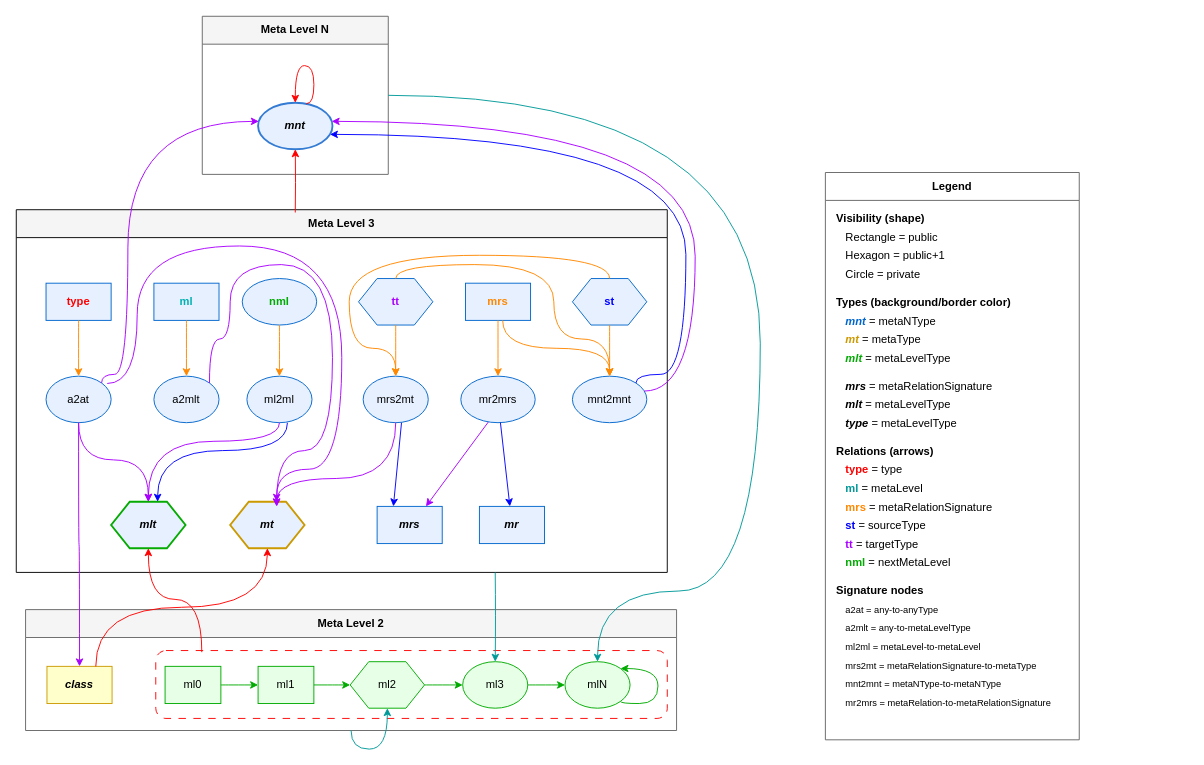
Before: complete-graph-styled.drawio in kneissler/trigraph-layer0-metametameta, a draw.io diagram. Source tidied: cells renumbered, new cells numbered last; positions are measured from the earlier drawing's top-left corner, leaving out a move shared by most shapes. Both pictures are drawn from the tidied source at 93%, with x=0, y=0 at pixel (16, 16).
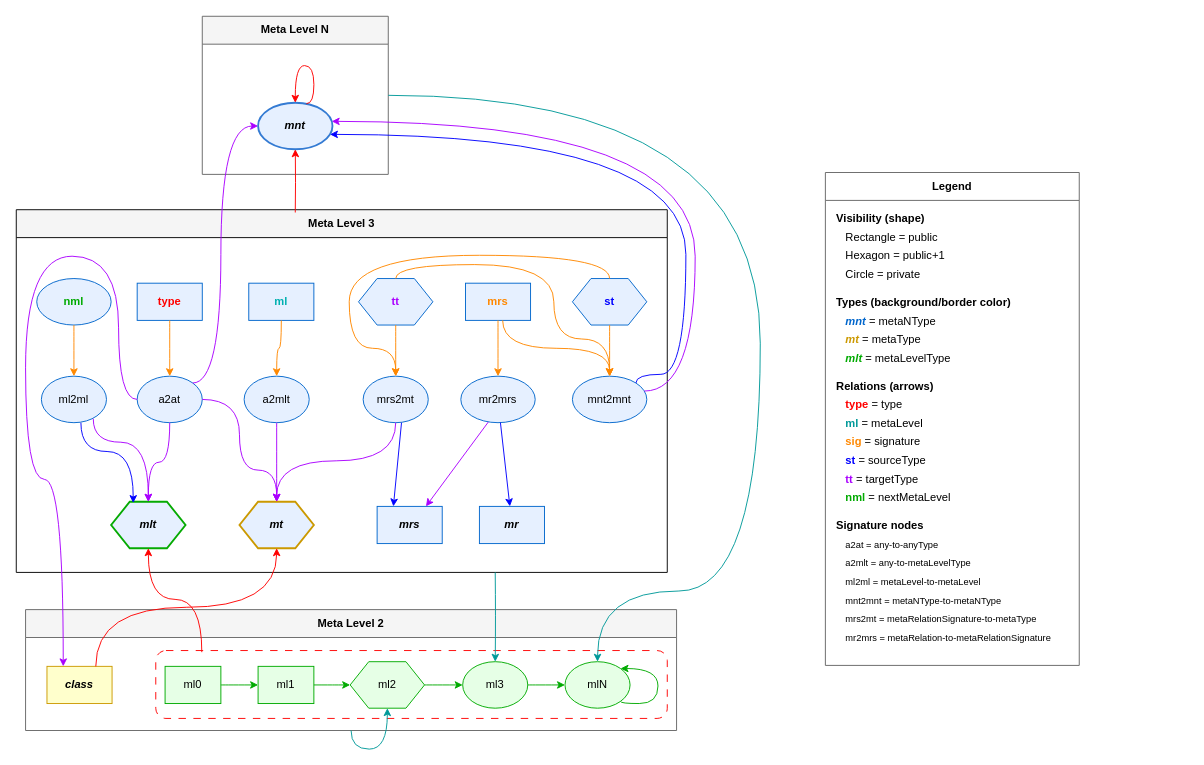
Above is the later version.

The change refers to these unchanged cells:
```xml
<mxCell id="4" value="&lt;font style=&quot;color: rgb(0, 0, 0);&quot;&gt;&lt;b style=&quot;&quot;&gt;&lt;i style=&quot;&quot;&gt;mnt&lt;/i&gt;&lt;/b&gt;&lt;/font&gt;" style="ellipse;whiteSpace=wrap;html=1;fillColor=#E6F0FF;strokeColor=light-dark(#347bd3, #19212e);strokeWidth=2;" parent="3" vertex="1">
  <mxGeometry x="60" y="93" width="80" height="50" as="geometry" />
</mxCell>
<mxCell id="6" value="Meta Level 3" style="swimlane;whiteSpace=wrap;html=1;fillColor=#f5f5f5;strokeColor=light-dark(#000000,#091E09);fontStyle=1;startSize=30;" parent="1" vertex="1">
  <mxGeometry y="208" width="700" height="390" as="geometry" />
</mxCell>
<mxCell id="8" value="&lt;b&gt;&lt;i&gt;&lt;font style=&quot;color: rgb(0, 0, 0);&quot;&gt;mlt&lt;/font&gt;&lt;/i&gt;&lt;/b&gt;" style="shape=hexagon;perimeter=hexagonPerimeter2;whiteSpace=wrap;html=1;fillColor=#E6F0FF;strokeColor=light-dark(#05aa02, #091e09);strokeWidth=2;" parent="6" vertex="1">
  <mxGeometry x="102" y="314" width="80" height="50" as="geometry" />
</mxCell>
<mxCell id="20" value="mrs2mt" style="ellipse;whiteSpace=wrap;html=1;fillColor=#E6F0FF;strokeColor=#0066CC;" parent="6" vertex="1">
  <mxGeometry x="373" y="179" width="70" height="50" as="geometry" />
</mxCell>
<mxCell id="32" value="&lt;b&gt;&lt;i&gt;class&lt;/i&gt;&lt;/b&gt;" style="rounded=0;whiteSpace=wrap;html=1;fillColor=#FFFFCC;strokeColor=#CC9900;" parent="31" vertex="1">
  <mxGeometry x="23" y="61" width="70" height="40" as="geometry" />
</mxCell>
```

The edit, as a diff of the source:
```diff
@@
     <mxCell id="7" value="&lt;b&gt;&lt;i&gt;&lt;font style=&quot;color: rgb(0, 0, 0);&quot;&gt;mt&lt;/font&gt;&lt;/i&gt;&lt;/b&gt;" style="shape=hexagon;perimeter=hexagonPerimeter2;whiteSpace=wrap;html=1;fillColor=#E6F0FF;strokeColor=light-dark(#cb9900, #181800);strokeWidth=2;" parent="6" vertex="1">
-      <mxGeometry x="230" y="314" width="80" height="50" as="geometry" />
+      <mxGeometry x="240" y="314" width="80" height="50" as="geometry" />
     </mxCell>
@@
     <mxCell id="11" value="&lt;b&gt;&lt;font style=&quot;color: rgb(255, 0, 0);&quot;&gt;type&lt;/font&gt;&lt;/b&gt;" style="rounded=0;whiteSpace=wrap;html=1;fillColor=#E6F0FF;strokeColor=#0066CC;" parent="6" vertex="1">
-      <mxGeometry x="32" y="79" width="70" height="40" as="geometry" />
+      <mxGeometry x="130" y="79" width="70" height="40" as="geometry" />
     </mxCell>
     <mxCell id="12" value="&lt;b&gt;&lt;font style=&quot;color: light-dark(rgb(0, 176, 176), rgb(237, 237, 237));&quot;&gt;ml&lt;/font&gt;&lt;/b&gt;" style="rounded=0;whiteSpace=wrap;html=1;fillColor=#E6F0FF;strokeColor=#0066CC;" parent="6" vertex="1">
-      <mxGeometry x="148" y="79" width="70" height="40" as="geometry" />
+      <mxGeometry x="250" y="79" width="70" height="40" as="geometry" />
     </mxCell>
@@
     <mxCell id="15" value="&lt;b&gt;&lt;font color=&quot;#00AA00&quot;&gt;nml&lt;/font&gt;&lt;/b&gt;" style="ellipse;whiteSpace=wrap;html=1;fillColor=#E6F0FF;strokeColor=#0066CC;" parent="6" vertex="1">
-      <mxGeometry x="243" y="74" width="80" height="50" as="geometry" />
+      <mxGeometry x="22" y="74" width="80" height="50" as="geometry" />
     </mxCell>
     <mxCell id="16" value="a2at" style="ellipse;whiteSpace=wrap;html=1;fillColor=#E6F0FF;strokeColor=#0066CC;" parent="6" vertex="1">
-      <mxGeometry x="32" y="179" width="70" height="50" as="geometry" />
+      <mxGeometry x="130" y="179" width="70" height="50" as="geometry" />
     </mxCell>
     <mxCell id="17" value="a2mlt" style="ellipse;whiteSpace=wrap;html=1;fillColor=#E6F0FF;strokeColor=#0066CC;" parent="6" vertex="1">
-      <mxGeometry x="148" y="179" width="70" height="50" as="geometry" />
+      <mxGeometry x="245" y="179" width="70" height="50" as="geometry" />
     </mxCell>
@@
     <mxCell id="19" value="ml2ml" style="ellipse;whiteSpace=wrap;html=1;fillColor=#E6F0FF;strokeColor=#0066CC;" parent="6" vertex="1">
-      <mxGeometry x="248" y="179" width="70" height="50" as="geometry" />
+      <mxGeometry x="27" y="179" width="70" height="50" as="geometry" />
     </mxCell>
@@
-    <mxCell id="29" style="edgeStyle=orthogonalEdgeStyle;rounded=0;jettySize=auto;html=1;strokeColor=#AA00FF;endArrow=classic;curved=1;exitX=1;exitY=0;exitDx=0;exitDy=0;" parent="6" edge="1" source="17">
-      <mxGeometry relative="1" as="geometry">
-        <mxPoint x="280" y="319" as="targetPoint" />
-        <Array as="points">
-          <mxPoint x="208" y="139" />
-          <mxPoint x="230" y="139" />
-          <mxPoint x="230" y="59" />
-          <mxPoint x="340" y="59" />
-          <mxPoint x="340" y="259" />
-          <mxPoint x="280" y="259" />
-        </Array>
-      </mxGeometry>
+    <mxCell id="29" style="edgeStyle=orthogonalEdgeStyle;rounded=0;jettySize=auto;html=1;strokeColor=#AA00FF;endArrow=classic;curved=1;exitX=0.5;exitY=1;exitDx=0;exitDy=0;entryX=0.5;entryY=0;entryDx=0;entryDy=0;" parent="6" edge="1" source="17" target="7">
+      <mxGeometry relative="1" as="geometry" />
     </mxCell>
-    <mxCell id="30" style="rounded=0;jettySize=auto;html=1;strokeColor=#AA00FF;endArrow=classic;exitX=0.5;exitY=1;exitDx=0;exitDy=0;entryX=0.5;entryY=0;entryDx=0;entryDy=0;edgeStyle=orthogonalEdgeStyle;curved=1;" parent="6" edge="1" source="19" target="8">
+    <mxCell id="30" style="rounded=0;jettySize=auto;html=1;strokeColor=#AA00FF;endArrow=classic;exitX=0.797;exitY=0.916;exitDx=0;exitDy=0;entryX=0.5;entryY=0;entryDx=0;entryDy=0;edgeStyle=orthogonalEdgeStyle;curved=1;exitPerimeter=0;" parent="6" edge="1" source="19" target="8">
       <mxGeometry relative="1" as="geometry">
         <Array as="points">
-          <mxPoint x="283" y="249" />
-          <mxPoint x="142" y="249" />
+          <mxPoint x="83" y="250" />
+          <mxPoint x="142" y="250" />
         </Array>
       </mxGeometry>
     </mxCell>
+    <mxCell id="55" style="edgeStyle=orthogonalEdgeStyle;rounded=0;jettySize=auto;html=1;strokeColor=#AA00FF;endArrow=classic;curved=1;exitX=0.5;exitY=1;exitDx=0;exitDy=0;entryX=0.5;entryY=0;entryDx=0;entryDy=0;" parent="6" edge="1" source="20" target="7">
+      <mxGeometry relative="1" as="geometry">
+        <Array as="points">
+          <mxPoint x="408" y="270" />
+          <mxPoint x="280" y="270" />
+        </Array>
+      </mxGeometry>
+    </mxCell>
+    <mxCell id="51" style="edgeStyle=orthogonalEdgeStyle;rounded=0;jettySize=auto;html=1;strokeColor=#AA00FF;endArrow=classic;curved=1;exitX=1;exitY=0.5;exitDx=0;exitDy=0;entryX=0.5;entryY=0;entryDx=0;entryDy=0;" parent="6" edge="1" source="16" target="7">
+      <mxGeometry relative="1" as="geometry">
+        <Array as="points">
+          <mxPoint x="240" y="204" />
+          <mxPoint x="240" y="280" />
+          <mxPoint x="280" y="280" />
+        </Array>
+      </mxGeometry>
+    </mxCell>
@@
-    <mxCell id="50" style="edgeStyle=orthogonalEdgeStyle;rounded=0;jettySize=auto;html=1;strokeColor=#AA00FF;endArrow=classic;curved=1;" parent="1" edge="1" source="16" target="32">
-      <mxGeometry relative="1" as="geometry" />
+    <mxCell id="50" style="edgeStyle=orthogonalEdgeStyle;rounded=0;jettySize=auto;html=1;strokeColor=#AA00FF;endArrow=classic;curved=1;entryX=0.25;entryY=0;entryDx=0;entryDy=0;" parent="1" edge="1" source="16" target="32">
+      <mxGeometry relative="1" as="geometry">
+        <Array as="points">
+          <mxPoint x="110" y="412" />
+          <mxPoint x="110" y="258" />
+          <mxPoint x="10" y="258" />
+          <mxPoint x="10" y="498" />
+          <mxPoint x="51" y="498" />
+        </Array>
+      </mxGeometry>
     </mxCell>
-    <mxCell id="51" style="edgeStyle=orthogonalEdgeStyle;rounded=0;jettySize=auto;html=1;strokeColor=#AA00FF;endArrow=classic;curved=1;exitX=0.94;exitY=0.157;exitDx=0;exitDy=0;entryX=0.625;entryY=0;entryDx=0;entryDy=0;exitPerimeter=0;" parent="1" edge="1" source="16" target="7">
-      <mxGeometry relative="1" as="geometry">
-        <Array as="points">
-          <mxPoint x="130" y="395" />
-          <mxPoint x="130" y="247" />
-          <mxPoint x="350" y="247" />
-          <mxPoint x="350" y="487" />
-          <mxPoint x="280" y="487" />
-        </Array>
-      </mxGeometry>
-    </mxCell>
     <mxCell id="52" style="edgeStyle=orthogonalEdgeStyle;rounded=0;jettySize=auto;html=1;strokeColor=#AA00FF;endArrow=classic;curved=1;exitX=1;exitY=0;exitDx=0;exitDy=0;" parent="1" edge="1" source="16" target="4">
       <mxGeometry relative="1" as="geometry">
         <Array as="points">
-          <mxPoint x="120" y="385" />
-          <mxPoint x="120" y="113" />
+          <mxPoint x="220" y="394" />
+          <mxPoint x="220" y="118" />
         </Array>
       </mxGeometry>
     </mxCell>
     <mxCell id="53" style="edgeStyle=orthogonalEdgeStyle;rounded=0;jettySize=auto;html=1;strokeColor=#AA00FF;endArrow=classic;curved=1;exitX=0.5;exitY=1;exitDx=0;exitDy=0;" parent="1" edge="1" source="16" target="8">
-      <mxGeometry relative="1" as="geometry">
-        <Array as="points">
-          <mxPoint x="67" y="477" />
-          <mxPoint x="142" y="477" />
-        </Array>
-      </mxGeometry>
+      <mxGeometry relative="1" as="geometry" />
     </mxCell>
@@
-    <mxCell id="55" style="edgeStyle=orthogonalEdgeStyle;rounded=0;jettySize=auto;html=1;strokeColor=#AA00FF;endArrow=classic;curved=1;exitX=0.5;exitY=1;exitDx=0;exitDy=0;" parent="1" edge="1" source="20">
-      <mxGeometry relative="1" as="geometry">
-        <mxPoint x="280" y="527" as="targetPoint" />
-        <Array as="points">
-          <mxPoint x="408" y="497" />
-          <mxPoint x="280" y="497" />
-        </Array>
-      </mxGeometry>
-    </mxCell>
-    <mxCell id="56" style="rounded=0;jettySize=auto;html=1;strokeColor=#0000FF;endArrow=classic;entryX=0.625;entryY=0;entryDx=0;entryDy=0;exitX=0.622;exitY=1.003;exitDx=0;exitDy=0;exitPerimeter=0;edgeStyle=orthogonalEdgeStyle;curved=1;" parent="1" edge="1" source="19" target="8">
+    <mxCell id="56" style="rounded=0;jettySize=auto;html=1;strokeColor=#0000FF;endArrow=classic;entryX=0.297;entryY=0.028;entryDx=0;entryDy=0;exitX=0.622;exitY=1.003;exitDx=0;exitDy=0;exitPerimeter=0;edgeStyle=orthogonalEdgeStyle;curved=1;entryPerimeter=0;" parent="1" edge="1" target="8">
       <mxGeometry relative="1" as="geometry">
+        <mxPoint x="69.5" y="437.1" as="sourcePoint" />
         <Array as="points">
-          <mxPoint x="291" y="467" />
-          <mxPoint x="152" y="467" />
+          <mxPoint x="70" y="468" />
+          <mxPoint x="126" y="468" />
         </Array>
       </mxGeometry>
     </mxCell>
@@
     <mxCell id="63" value="&lt;b&gt;Legend&lt;/b&gt;" style="swimlane;whiteSpace=wrap;html=1;fillColor=#ffffff;strokeColor=#666666;fontStyle=1;startSize=30;" parent="1" vertex="1">
-      <mxGeometry x="870" y="168" width="273" height="610" as="geometry" />
+      <mxGeometry x="870" y="168" width="273" height="530" as="geometry" />
     </mxCell>
     <mxCell id="64" value="&lt;b&gt;Visibility (shape)&lt;/b&gt;" style="text;html=1;align=left;verticalAlign=middle;whiteSpace=wrap;fontStyle=1;" parent="63" vertex="1">
-      <mxGeometry x="10" y="40" width="380" height="20" as="geometry" />
+      <mxGeometry x="10" y="40" width="240" height="20" as="geometry" />
     </mxCell>
     <mxCell id="65" value="Rectangle = public" style="text;html=1;align=left;verticalAlign=middle;whiteSpace=wrap;" parent="63" vertex="1">
-      <mxGeometry x="20" y="60" width="360" height="20" as="geometry" />
+      <mxGeometry x="20" y="60" width="240" height="20" as="geometry" />
     </mxCell>
     <mxCell id="66" value="Hexagon = public+1" style="text;html=1;align=left;verticalAlign=middle;whiteSpace=wrap;" parent="63" vertex="1">
-      <mxGeometry x="20" y="80" width="360" height="20" as="geometry" />
+      <mxGeometry x="20" y="80" width="240" height="20" as="geometry" />
     </mxCell>
     <mxCell id="67" value="Circle = private" style="text;html=1;align=left;verticalAlign=middle;whiteSpace=wrap;" parent="63" vertex="1">
-      <mxGeometry x="20" y="100" width="360" height="20" as="geometry" />
+      <mxGeometry x="20" y="100" width="240" height="20" as="geometry" />
     </mxCell>
     <mxCell id="68" value="&lt;b&gt;Types (background/border color)&lt;/b&gt;" style="text;html=1;align=left;verticalAlign=middle;whiteSpace=wrap;fontStyle=1;" parent="63" vertex="1">
-      <mxGeometry x="10" y="130" width="380" height="20" as="geometry" />
+      <mxGeometry x="10" y="130" width="240" height="20" as="geometry" />
     </mxCell>
     <mxCell id="69" value="&lt;b&gt;&lt;font color=&quot;#0066CC&quot;&gt;&lt;i&gt;mnt&lt;/i&gt;&lt;/font&gt;&lt;/b&gt;&amp;nbsp;= metaNType" style="text;html=1;align=left;verticalAlign=middle;whiteSpace=wrap;" parent="63" vertex="1">
-      <mxGeometry x="20" y="150" width="360" height="20" as="geometry" />
+      <mxGeometry x="20" y="150" width="240" height="20" as="geometry" />
     </mxCell>
     <mxCell id="70" value="&lt;b&gt;&lt;font color=&quot;#CC9900&quot;&gt;&lt;i&gt;mt&lt;/i&gt;&lt;/font&gt;&lt;/b&gt;&amp;nbsp;= metaType" style="text;html=1;align=left;verticalAlign=middle;whiteSpace=wrap;" parent="63" vertex="1">
-      <mxGeometry x="20" y="170" width="360" height="20" as="geometry" />
+      <mxGeometry x="20" y="170" width="240" height="20" as="geometry" />
     </mxCell>
     <mxCell id="71" value="&lt;b&gt;&lt;font color=&quot;#00AA00&quot;&gt;&lt;i&gt;mlt&lt;/i&gt;&lt;/font&gt;&lt;/b&gt;&amp;nbsp;= metaLevelType" style="text;html=1;align=left;verticalAlign=middle;whiteSpace=wrap;" parent="63" vertex="1">
-      <mxGeometry x="20" y="190" width="360" height="20" as="geometry" />
+      <mxGeometry x="20" y="190" width="240" height="20" as="geometry" />
     </mxCell>
-    <mxCell id="72" value="&lt;font style=&quot;font-size: 12px;&quot;&gt;&lt;b&gt;&lt;i&gt;mrs&lt;/i&gt;&lt;/b&gt; = metaRelationSignature&lt;/font&gt;" style="text;html=1;align=left;verticalAlign=middle;whiteSpace=wrap;fontSize=10;" parent="63" vertex="1">
-      <mxGeometry x="20" y="220" width="240" height="20" as="geometry" />
-    </mxCell>
-    <mxCell id="73" value="&lt;font style=&quot;font-size: 12px;&quot;&gt;&lt;b&gt;&lt;i&gt;mlt&lt;/i&gt;&lt;/b&gt; = metaLevelType&lt;/font&gt;" style="text;html=1;align=left;verticalAlign=middle;whiteSpace=wrap;fontSize=10;" parent="63" vertex="1">
-      <mxGeometry x="20" y="240" width="240" height="20" as="geometry" />
-    </mxCell>
-    <mxCell id="74" value="&lt;font style=&quot;font-size: 12px;&quot;&gt;&lt;i&gt;&lt;b&gt;type&lt;/b&gt;&lt;/i&gt; = metaLevelType&lt;/font&gt;" style="text;html=1;align=left;verticalAlign=middle;whiteSpace=wrap;fontSize=10;" parent="63" vertex="1">
-      <mxGeometry x="20" y="260" width="240" height="20" as="geometry" />
-    </mxCell>
     <mxCell id="75" value="&lt;b&gt;Relations (arrows)&lt;/b&gt;" style="text;html=1;align=left;verticalAlign=middle;whiteSpace=wrap;fontStyle=1;" parent="63" vertex="1">
-      <mxGeometry x="10" y="290" width="380" height="20" as="geometry" />
+      <mxGeometry x="10" y="220" width="240" height="20" as="geometry" />
     </mxCell>
     <mxCell id="76" value="&lt;font style=&quot;color: rgb(255, 0, 0);&quot;&gt;&lt;b&gt;type&lt;/b&gt;&lt;/font&gt; = type" style="text;html=1;align=left;verticalAlign=middle;whiteSpace=wrap;" parent="63" vertex="1">
-      <mxGeometry x="20" y="310" width="240" height="20" as="geometry" />
+      <mxGeometry x="20" y="240" width="240" height="20" as="geometry" />
     </mxCell>
     <mxCell id="77" value="&lt;font style=&quot;color: rgb(0, 153, 153);&quot;&gt;&lt;b&gt;ml&lt;/b&gt;&lt;/font&gt; = metaLevel" style="text;html=1;align=left;verticalAlign=middle;whiteSpace=wrap;" parent="63" vertex="1">
-      <mxGeometry x="20" y="330" width="240" height="20" as="geometry" />
+      <mxGeometry x="20" y="260" width="240" height="20" as="geometry" />
     </mxCell>
-    <mxCell id="78" value="&lt;font color=&quot;#FF8800&quot;&gt;&lt;b&gt;mrs&lt;/b&gt;&lt;/font&gt;&amp;nbsp;= metaRelationSignature" style="text;html=1;align=left;verticalAlign=middle;whiteSpace=wrap;" parent="63" vertex="1">
-      <mxGeometry x="20" y="350" width="240" height="20" as="geometry" />
+    <mxCell id="78" value="&lt;font color=&quot;#FF8800&quot;&gt;&lt;b&gt;sig&lt;/b&gt;&lt;/font&gt; = signature" style="text;html=1;align=left;verticalAlign=middle;whiteSpace=wrap;" parent="63" vertex="1">
+      <mxGeometry x="20" y="280" width="240" height="20" as="geometry" />
     </mxCell>
-    <mxCell id="79" value="&lt;font color=&quot;#0000FF&quot;&gt;&lt;b&gt;st&lt;/b&gt;&lt;/font&gt;&amp;nbsp;= sourceType" style="text;html=1;align=left;verticalAlign=middle;whiteSpace=wrap;" parent="63" vertex="1">
-      <mxGeometry x="20" y="370" width="240" height="20" as="geometry" />
+    <mxCell id="79" value="&lt;font color=&quot;#0000FF&quot;&gt;&lt;b&gt;st&lt;/b&gt;&lt;/font&gt; = sourceType" style="text;html=1;align=left;verticalAlign=middle;whiteSpace=wrap;" parent="63" vertex="1">
+      <mxGeometry x="20" y="300" width="240" height="20" as="geometry" />
     </mxCell>
     <mxCell id="80" value="&lt;font color=&quot;#aa00ff&quot;&gt;&lt;b&gt;tt&lt;/b&gt;&lt;/font&gt; = targetType" style="text;html=1;align=left;verticalAlign=middle;whiteSpace=wrap;" parent="63" vertex="1">
-      <mxGeometry x="20" y="390" width="240" height="20" as="geometry" />
+      <mxGeometry x="20" y="320" width="240" height="20" as="geometry" />
     </mxCell>
-    <mxCell id="81" value="&lt;font color=&quot;#00AA00&quot;&gt;&lt;b&gt;nml&lt;/b&gt;&lt;/font&gt;&amp;nbsp;= nextMetaLevel" style="text;html=1;align=left;verticalAlign=middle;whiteSpace=wrap;" parent="63" vertex="1">
-      <mxGeometry x="20" y="410" width="240" height="20" as="geometry" />
+    <mxCell id="81" value="&lt;font color=&quot;#00AA00&quot;&gt;&lt;b&gt;nml&lt;/b&gt;&lt;/font&gt; = nextMetaLevel" style="text;html=1;align=left;verticalAlign=middle;whiteSpace=wrap;" parent="63" vertex="1">
+      <mxGeometry x="20" y="340" width="240" height="20" as="geometry" />
     </mxCell>
     <mxCell id="82" value="&lt;b&gt;Signature nodes&lt;/b&gt;" style="text;html=1;align=left;verticalAlign=middle;whiteSpace=wrap;fontStyle=1;" parent="63" vertex="1">
-      <mxGeometry x="10" y="440" width="380" height="20" as="geometry" />
+      <mxGeometry x="10" y="370" width="240" height="20" as="geometry" />
     </mxCell>
     <mxCell id="83" value="a2at = any-to-anyType" style="text;html=1;align=left;verticalAlign=middle;whiteSpace=wrap;fontSize=10;" parent="63" vertex="1">
-      <mxGeometry x="20" y="460" width="240" height="20" as="geometry" />
+      <mxGeometry x="20" y="390" width="240" height="20" as="geometry" />
     </mxCell>
     <mxCell id="84" value="a2mlt = any-to-metaLevelType" style="text;html=1;align=left;verticalAlign=middle;whiteSpace=wrap;fontSize=10;" parent="63" vertex="1">
-      <mxGeometry x="20" y="480" width="240" height="20" as="geometry" />
+      <mxGeometry x="20" y="410" width="240" height="20" as="geometry" />
     </mxCell>
     <mxCell id="85" value="ml2ml = metaLevel-to-metaLevel" style="text;html=1;align=left;verticalAlign=middle;whiteSpace=wrap;fontSize=10;" parent="63" vertex="1">
-      <mxGeometry x="20" y="500" width="240" height="20" as="geometry" />
+      <mxGeometry x="20" y="430" width="240" height="20" as="geometry" />
     </mxCell>
+    <mxCell id="87" value="mnt2mnt = metaNType-to-metaNType" style="text;html=1;align=left;verticalAlign=middle;whiteSpace=wrap;fontSize=10;" parent="63" vertex="1">
+      <mxGeometry x="20" y="450" width="240" height="20" as="geometry" />
+    </mxCell>
-    <mxCell id="86" value="&lt;font style=&quot;font-size: 10px;&quot;&gt;mrs2mt = metaRelationSignature-to-metaType&lt;/font&gt;" style="text;html=1;align=left;verticalAlign=middle;whiteSpace=wrap;fontSize=9;" parent="63" vertex="1">
-      <mxGeometry x="20" y="520" width="240" height="20" as="geometry" />
+    <mxCell id="86" value="mrs2mt = metaRelationSignature-to-metaType" style="text;html=1;align=left;verticalAlign=middle;whiteSpace=wrap;fontSize=10;" parent="63" vertex="1">
+      <mxGeometry x="20" y="470" width="240" height="20" as="geometry" />
     </mxCell>
-    <mxCell id="87" value="mnt2mnt = metaNType-to-metaNType" style="text;html=1;align=left;verticalAlign=middle;whiteSpace=wrap;fontSize=10;" parent="63" vertex="1">
-      <mxGeometry x="20" y="540" width="240" height="20" as="geometry" />
-    </mxCell>
-    <mxCell id="88" value="&lt;font style=&quot;font-size: 10px;&quot;&gt;mr2mrs = metaRelation-to-metaRelationSignature&lt;/font&gt;" style="text;html=1;align=left;verticalAlign=middle;whiteSpace=wrap;fontSize=9;" parent="63" vertex="1">
-      <mxGeometry x="20" y="560" width="240" height="20" as="geometry" />
+    <mxCell id="88" value="mr2mrs = metaRelation-to-metaRelationSignature" style="text;html=1;align=left;verticalAlign=middle;whiteSpace=wrap;fontSize=10;" parent="63" vertex="1">
+      <mxGeometry x="20" y="490" width="240" height="20" as="geometry" />
     </mxCell>
```
